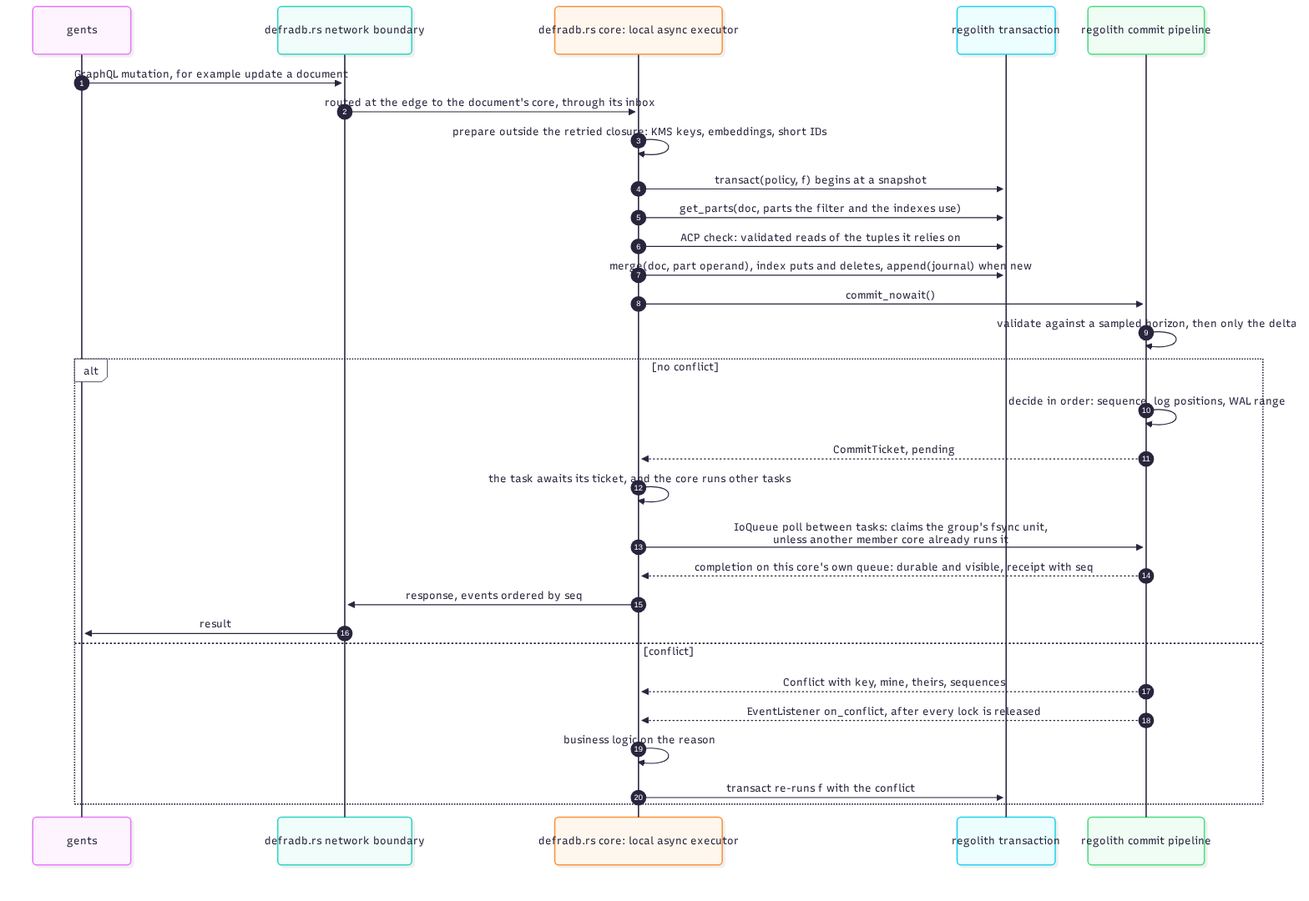
This is docs/book/src/diagrams/04-request-lifecycle.png from ChrisBQu/defradb.rs, a Mermaid export, as it was before one commit. Its source is kept beside it as docs/book/src/diagrams/04-request-lifecycle.mermaid.
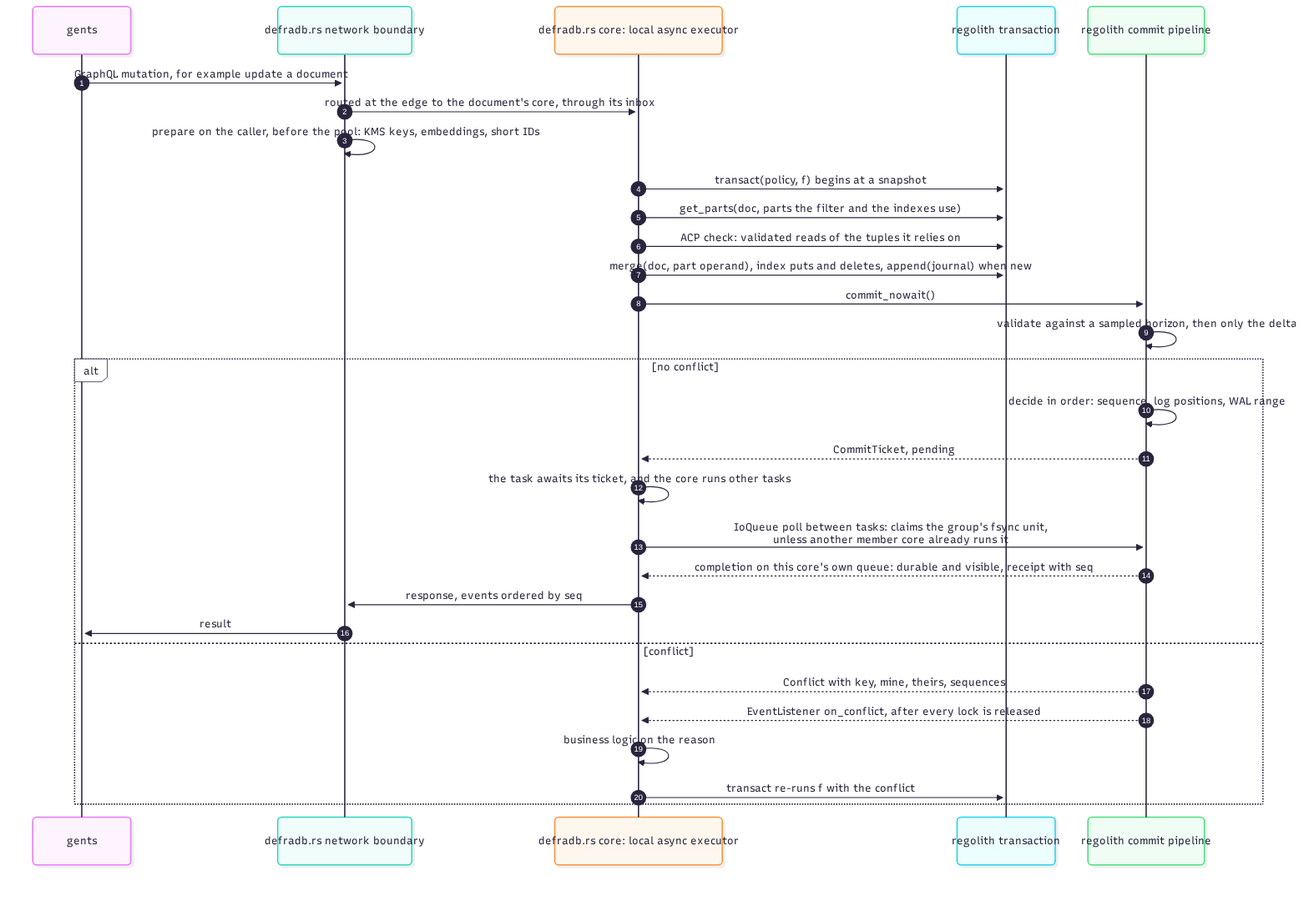
The same diagram one commit later.

The edit, as a diff of the source:
```diff
@@ -8,7 +8,7 @@
 
     G->>N: GraphQL mutation, for example update a document
     N->>W: routed at the edge to the document's core, through its inbox
-    W->>W: prepare outside the retried closure: KMS keys, embeddings, short IDs
+    N->>N: prepare on the caller, before the pool: KMS keys, embeddings, short IDs
     W->>T: transact(policy, f) begins at a snapshot
     W->>T: get_parts(doc, parts the filter and the indexes use)
     W->>T: ACP check: validated reads of the tuples it relies on
```
